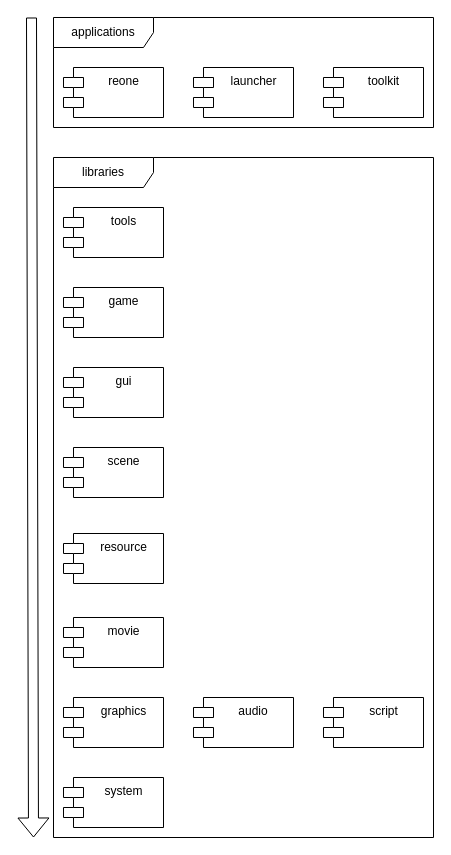
The draw.io diagram doc/diagram/modules.drawio in seedhartha/reone, before the edit. Source tidied: cells renumbered, new cells numbered last; positions are measured from the earlier drawing's top-left corner, leaving out a move shared by most shapes. Both pictures are drawn from the tidied source at 100%, with x=0, y=0 at pixel (31, 17).
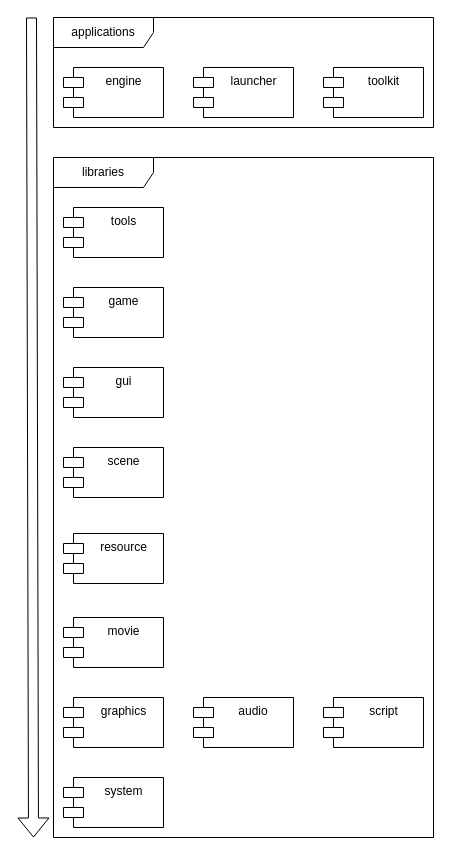
After the change.

What changed in the source:
```diff
@@
 <mxGraphModel>
   <root>
     <mxCell id="0" />
     <mxCell id="1" parent="0" />
     <mxCell id="2" value="applications" style="shape=umlFrame;whiteSpace=wrap;html=1;width=100;height=30;flipH=0;" parent="1" vertex="1">
       <mxGeometry x="22" width="380" height="110" as="geometry" />
     </mxCell>
     <mxCell id="3" value="libraries" style="shape=umlFrame;whiteSpace=wrap;html=1;width=100;height=30;" parent="1" vertex="1">
       <mxGeometry x="22" y="140" width="380" height="680" as="geometry" />
     </mxCell>
     <mxCell id="4" value="system" style="shape=module;align=left;spacingLeft=20;align=center;verticalAlign=top;html=1;direction=east;" parent="1" vertex="1">
       <mxGeometry x="32" y="760" width="100" height="50" as="geometry" />
     </mxCell>
     <mxCell id="5" value="movie" style="shape=module;align=left;spacingLeft=20;align=center;verticalAlign=top;html=1;direction=east;" parent="1" vertex="1">
       <mxGeometry x="32" y="600" width="100" height="50" as="geometry" />
     </mxCell>
     <mxCell id="6" value="graphics" style="shape=module;align=left;spacingLeft=20;align=center;verticalAlign=top;html=1;direction=east;" parent="1" vertex="1">
       <mxGeometry x="32" y="680" width="100" height="50" as="geometry" />
     </mxCell>
     <mxCell id="7" value="resource" style="shape=module;align=left;spacingLeft=20;align=center;verticalAlign=top;html=1;direction=east;" parent="1" vertex="1">
       <mxGeometry x="32" y="516" width="100" height="50" as="geometry" />
     </mxCell>
     <mxCell id="8" value="scene" style="shape=module;align=left;spacingLeft=20;align=center;verticalAlign=top;html=1;direction=east;" parent="1" vertex="1">
       <mxGeometry x="32" y="430" width="100" height="50" as="geometry" />
     </mxCell>
     <mxCell id="9" value="gui" style="shape=module;align=left;spacingLeft=20;align=center;verticalAlign=top;html=1;direction=east;" parent="1" vertex="1">
       <mxGeometry x="32" y="350" width="100" height="50" as="geometry" />
     </mxCell>
     <mxCell id="10" value="script" style="shape=module;align=left;spacingLeft=20;align=center;verticalAlign=top;html=1;direction=east;" parent="1" vertex="1">
       <mxGeometry x="292" y="680" width="100" height="50" as="geometry" />
     </mxCell>
     <mxCell id="11" value="audio" style="shape=module;align=left;spacingLeft=20;align=center;verticalAlign=top;direction=east;" parent="1" vertex="1">
       <mxGeometry x="162" y="680" width="100" height="50" as="geometry" />
     </mxCell>
     <mxCell id="12" value="launcher" style="shape=module;align=left;spacingLeft=20;align=center;verticalAlign=top;html=1;" parent="1" vertex="1">
       <mxGeometry x="162" y="50" width="100" height="50" as="geometry" />
     </mxCell>
     <mxCell id="13" value="game" style="shape=module;align=center;spacingLeft=20;align=center;verticalAlign=top;html=1;labelPosition=center;verticalLabelPosition=middle;direction=east;" parent="1" vertex="1">
       <mxGeometry x="32" y="270" width="100" height="50" as="geometry" />
     </mxCell>
-    <mxCell id="14" value="reone" style="shape=module;align=left;spacingLeft=20;align=center;verticalAlign=top;html=1;" parent="1" vertex="1">
+    <mxCell id="14" value="engine" style="shape=module;align=left;spacingLeft=20;align=center;verticalAlign=top;html=1;" parent="1" vertex="1">
       <mxGeometry x="32" y="50" width="100" height="50" as="geometry" />
     </mxCell>
     <mxCell id="15" value="toolkit" style="shape=module;align=left;spacingLeft=20;align=center;verticalAlign=top;html=1;" parent="1" vertex="1">
       <mxGeometry x="292" y="50" width="100" height="50" as="geometry" />
     </mxCell>
     <mxCell id="16" value="tools" style="shape=module;align=center;spacingLeft=20;align=center;verticalAlign=top;html=1;labelPosition=center;verticalLabelPosition=middle;direction=east;" parent="1" vertex="1">
       <mxGeometry x="32" y="190" width="100" height="50" as="geometry" />
     </mxCell>
     <mxCell id="17" style="shape=flexArrow;endArrow=classic;html=1;rounded=0;" parent="1" edge="1">
       <mxGeometry relative="1" as="geometry">
         <mxPoint as="sourcePoint" />
         <mxPoint x="2" y="820" as="targetPoint" />
       </mxGeometry>
     </mxCell>
   </root>
 </mxGraphModel>
```
